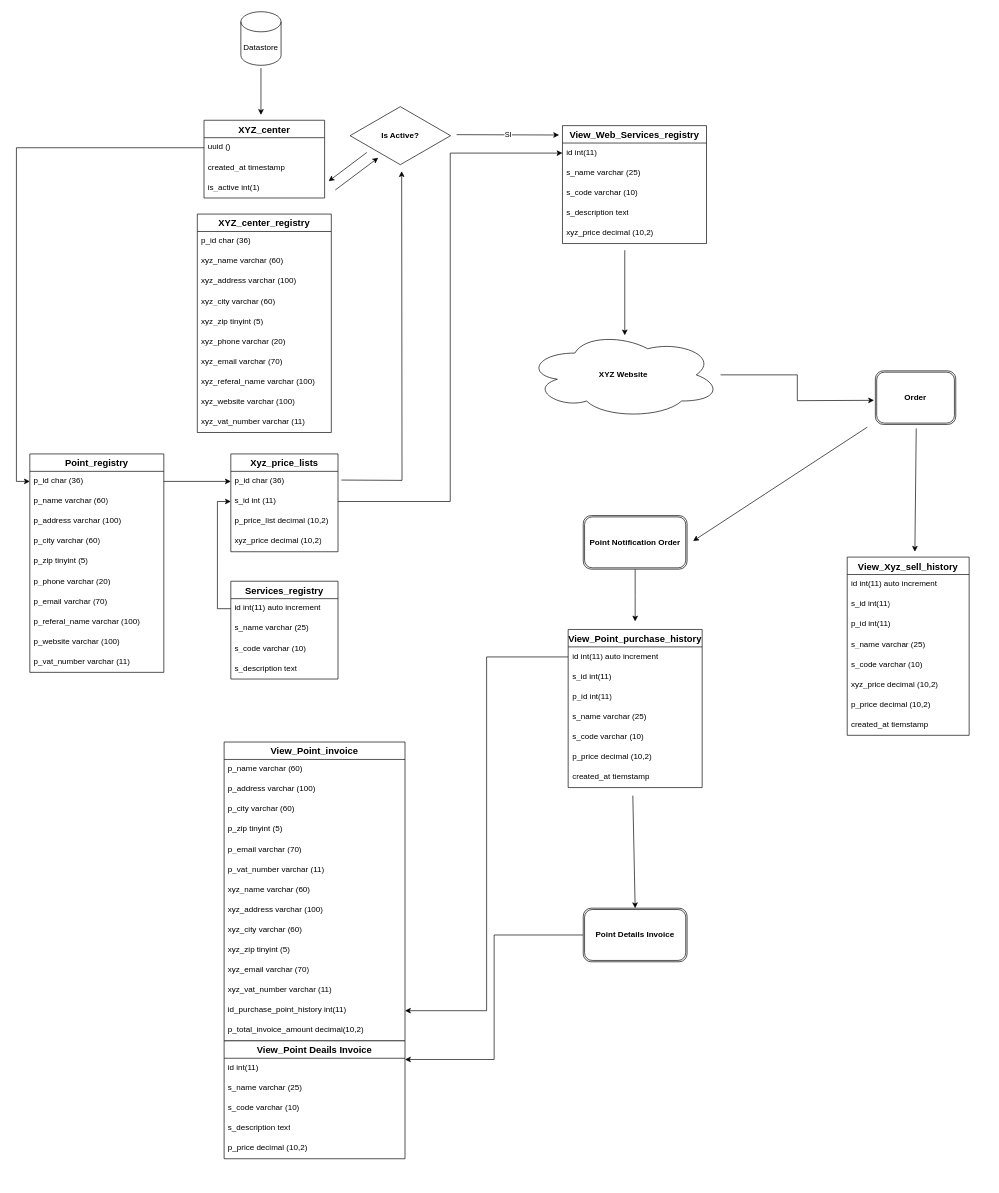
This is diagram.drawio from TrevorReznick/tecnasoft-challenge, a draw.io file, before an edit. Source tidied: cells renumbered, new cells numbered last; positions are measured from the earlier drawing's top-left corner, leaving out a move shared by most shapes. Both pictures are drawn from the tidied source at 67%, with x=0, y=0 at pixel (29, 11).
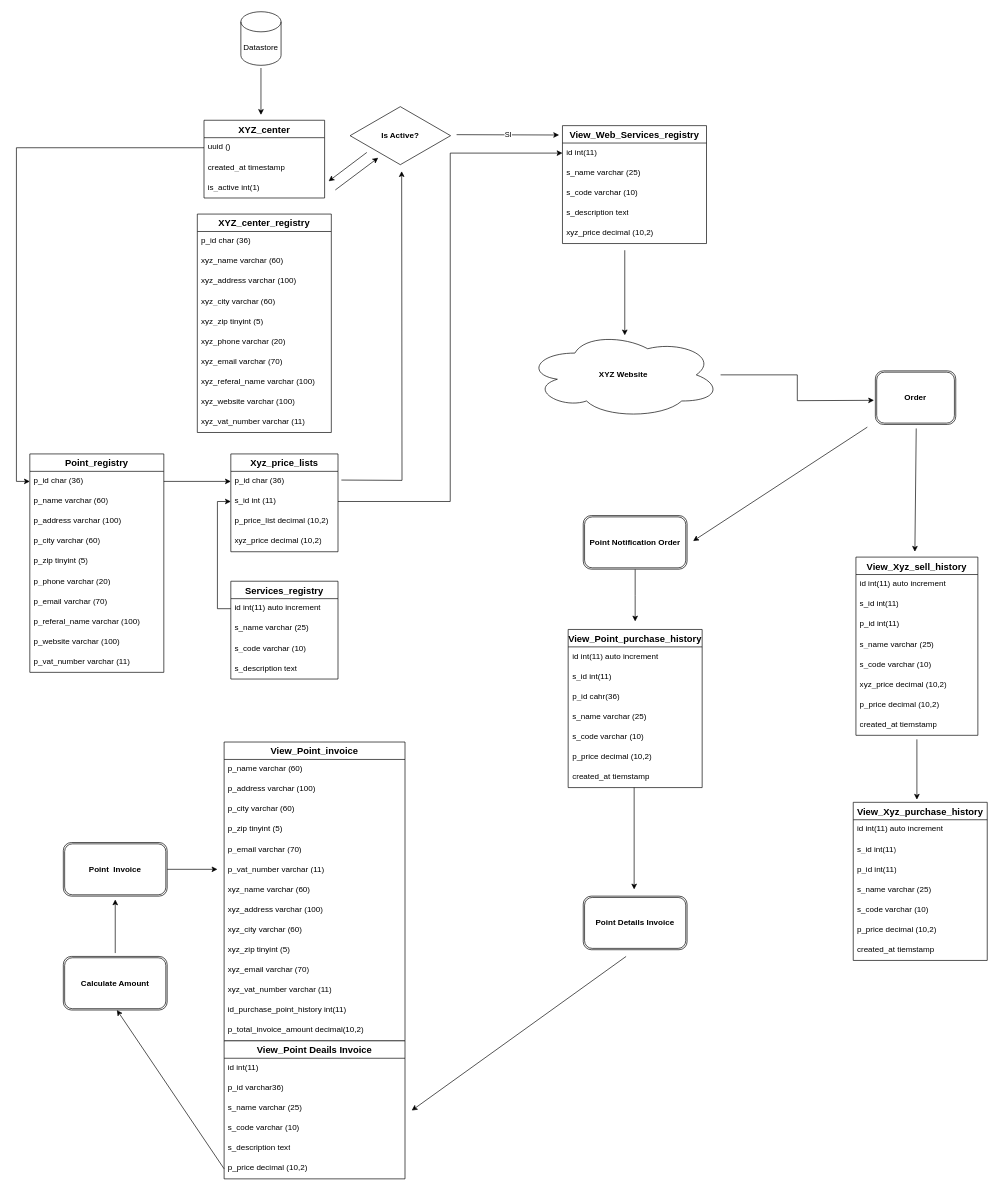
Above is the later version.

Unchanged cells that the change refers to:
```xml
<mxCell id="83" value="id_purchase_point_history int(11)" style="text;strokeColor=none;fillColor=none;spacingLeft=4;spacingRight=4;overflow=hidden;points=[[0,0.5],[1,0.5]];portConstraint=eastwest;fontSize=12;whiteSpace=wrap;html=1;" parent="70" vertex="1">
  <mxGeometry y="386" width="270" height="30" as="geometry" />
</mxCell>
<mxCell id="85" value="View_Point_purchase_history" style="swimlane;fontStyle=1;horizontal=1;startSize=26;align=center;fontSize=14;" parent="1" vertex="1">
  <mxGeometry x="803.5" y="922" width="200" height="236" as="geometry" />
</mxCell>
<mxCell id="86" value="id int(11) auto increment" style="text;strokeColor=none;fillColor=none;spacingLeft=4;spacingRight=4;overflow=hidden;points=[[0,0.5],[1,0.5]];portConstraint=eastwest;fontSize=12;whiteSpace=wrap;html=1;" parent="85" vertex="1">
  <mxGeometry y="26" width="200" height="30" as="geometry" />
</mxCell>
```

What changed in the source:
```diff
@@
+    <mxCell id="106" style="edgeStyle=none;html=1;" parent="1" edge="1">
+      <mxGeometry relative="1" as="geometry">
+        <mxPoint x="1324" y="1086" as="sourcePoint" />
+        <mxPoint x="1324" y="1176" as="targetPoint" />
+      </mxGeometry>
+    </mxCell>
     <mxCell id="61" value="View_Xyz_sell_history" style="swimlane;fontStyle=1;horizontal=1;startSize=26;align=center;fontSize=14;" parent="1" vertex="1">
-      <mxGeometry x="1220" y="814" width="182" height="266" as="geometry" />
+      <mxGeometry x="1233" y="814" width="182" height="266" as="geometry" />
     </mxCell>
@@
+    <mxCell id="107" style="edgeStyle=none;html=1;" parent="1" edge="1">
+      <mxGeometry relative="1" as="geometry">
+        <mxPoint x="902" y="1158" as="sourcePoint" />
+        <mxPoint x="902" y="1310" as="targetPoint" />
+      </mxGeometry>
+    </mxCell>
@@
-    <mxCell id="88" value="p_id int(11)" style="text;strokeColor=none;fillColor=none;spacingLeft=4;spacingRight=4;overflow=hidden;fontSize=12;whiteSpace=wrap;html=1;" parent="85" vertex="1">
+    <mxCell id="88" value="p_id cahr(36)" style="text;strokeColor=none;fillColor=none;spacingLeft=4;spacingRight=4;overflow=hidden;fontSize=12;whiteSpace=wrap;html=1;" parent="85" vertex="1">
       <mxGeometry y="86" width="200" height="30" as="geometry" />
     </mxCell>
@@
-    <mxCell id="96" style="edgeStyle=orthogonalEdgeStyle;rounded=0;jettySize=auto;html=1;entryX=1;entryY=0.5;entryDx=0;entryDy=0;" parent="1" edge="1" source="86" target="83">
-      <mxGeometry relative="1" as="geometry" />
-    </mxCell>
-    <mxCell id="97" style="endArrow=classic;html=1;rounded=0;entryX=0.5;entryY=0;entryDx=0;entryDy=0;" parent="1" edge="1" target="99">
-      <mxGeometry relative="1" as="geometry">
-        <mxPoint x="900" y="1170" as="sourcePoint" />
-      </mxGeometry>
-    </mxCell>
-    <mxCell id="98" style="edgeStyle=orthogonalEdgeStyle;rounded=0;jettySize=auto;html=1;entryX=1;entryY=0.158;entryDx=0;entryDy=0;entryPerimeter=0;" parent="1" edge="1" source="99" target="100">
-      <mxGeometry relative="1" as="geometry" />
-    </mxCell>
+    <mxCell id="108" style="edgeStyle=none;html=1;" parent="1" edge="1">
+      <mxGeometry relative="1" as="geometry">
+        <mxPoint x="890" y="1410" as="sourcePoint" />
+        <mxPoint x="570" y="1640" as="targetPoint" />
+      </mxGeometry>
+    </mxCell>
     <mxCell id="99" value="&lt;b&gt;Point Details Invoice&lt;/b&gt;" style="shape=ext;double=1;rounded=1;whiteSpace=wrap;html=1;" parent="1" vertex="1">
-      <mxGeometry x="826" y="1338" width="155" height="80" as="geometry" />
+      <mxGeometry x="826" y="1320" width="155" height="80" as="geometry" />
     </mxCell>
     <mxCell id="100" value="View_Point Deails Invoice" style="swimlane;fontStyle=1;horizontal=1;startSize=26;align=center;fontSize=14;" parent="1" vertex="1">
-      <mxGeometry x="290" y="1536" width="270" height="176" as="geometry" />
+      <mxGeometry x="290" y="1536" width="270" height="206" as="geometry" />
     </mxCell>
@@
+    <mxCell id="109" value="p_id varchar36)" style="text;strokeColor=none;fillColor=none;spacingLeft=4;spacingRight=4;overflow=hidden;fontSize=12;whiteSpace=wrap;html=1;" parent="100" vertex="1">
+      <mxGeometry y="56" width="270" height="30" as="geometry" />
+    </mxCell>
     <mxCell id="102" value="s_name varchar (25)" style="text;strokeColor=none;fillColor=none;spacingLeft=4;spacingRight=4;overflow=hidden;fontSize=12;whiteSpace=wrap;html=1;" parent="100" vertex="1">
-      <mxGeometry y="56" width="270" height="30" as="geometry" />
+      <mxGeometry y="86" width="270" height="30" as="geometry" />
     </mxCell>
     <mxCell id="103" value="s_code varchar (10)" style="text;strokeColor=none;fillColor=none;spacingLeft=4;spacingRight=4;overflow=hidden;fontSize=12;whiteSpace=wrap;html=1;" parent="100" vertex="1">
-      <mxGeometry y="86" width="270" height="30" as="geometry" />
+      <mxGeometry y="116" width="270" height="30" as="geometry" />
     </mxCell>
     <mxCell id="104" value="s_description text" style="text;strokeColor=none;fillColor=none;spacingLeft=4;spacingRight=4;overflow=hidden;fontSize=12;whiteSpace=wrap;html=1;" parent="100" vertex="1">
-      <mxGeometry y="116" width="270" height="30" as="geometry" />
+      <mxGeometry y="146" width="270" height="30" as="geometry" />
     </mxCell>
     <mxCell id="105" value="p_price decimal (10,2)" style="text;strokeColor=none;fillColor=none;spacingLeft=4;spacingRight=4;overflow=hidden;points=[[0,0.5],[1,0.5]];portConstraint=eastwest;fontSize=12;whiteSpace=wrap;html=1;" parent="100" vertex="1">
-      <mxGeometry y="146" width="270" height="30" as="geometry" />
+      <mxGeometry y="176" width="270" height="30" as="geometry" />
     </mxCell>
+    <mxCell id="110" value="View_Xyz_purchase_history" style="swimlane;fontStyle=1;horizontal=1;startSize=26;align=center;fontSize=14;" parent="1" vertex="1">
+      <mxGeometry x="1229" y="1180" width="200" height="236" as="geometry" />
+    </mxCell>
+    <mxCell id="111" value="id int(11) auto increment" style="text;strokeColor=none;fillColor=none;spacingLeft=4;spacingRight=4;overflow=hidden;fontSize=12;whiteSpace=wrap;html=1;" parent="110" vertex="1">
+      <mxGeometry y="26" width="200" height="30" as="geometry" />
+    </mxCell>
+    <mxCell id="112" value="s_id int(11)" style="text;strokeColor=none;fillColor=none;spacingLeft=4;spacingRight=4;overflow=hidden;fontSize=12;whiteSpace=wrap;html=1;" parent="110" vertex="1">
+      <mxGeometry y="56" width="200" height="30" as="geometry" />
+    </mxCell>
+    <mxCell id="113" value="p_id int(11)" style="text;strokeColor=none;fillColor=none;spacingLeft=4;spacingRight=4;overflow=hidden;fontSize=12;whiteSpace=wrap;html=1;" parent="110" vertex="1">
+      <mxGeometry y="86" width="200" height="30" as="geometry" />
+    </mxCell>
+    <mxCell id="114" value="s_name varchar (25)" style="text;strokeColor=none;fillColor=none;spacingLeft=4;spacingRight=4;overflow=hidden;fontSize=12;whiteSpace=wrap;html=1;" parent="110" vertex="1">
+      <mxGeometry y="116" width="200" height="30" as="geometry" />
+    </mxCell>
+    <mxCell id="115" value="s_code varchar (10)" style="text;strokeColor=none;fillColor=none;spacingLeft=4;spacingRight=4;overflow=hidden;fontSize=12;whiteSpace=wrap;html=1;" parent="110" vertex="1">
+      <mxGeometry y="146" width="200" height="30" as="geometry" />
+    </mxCell>
+    <mxCell id="116" value="p_price decimal (10,2)" style="text;strokeColor=none;fillColor=none;spacingLeft=4;spacingRight=4;overflow=hidden;fontSize=12;whiteSpace=wrap;html=1;" parent="110" vertex="1">
+      <mxGeometry y="176" width="200" height="30" as="geometry" />
+    </mxCell>
+    <mxCell id="117" value="created_at tiemstamp" style="text;strokeColor=none;fillColor=none;spacingLeft=4;spacingRight=4;overflow=hidden;fontSize=12;whiteSpace=wrap;html=1;" parent="110" vertex="1">
+      <mxGeometry y="206" width="200" height="30" as="geometry" />
+    </mxCell>
+    <mxCell id="118" style="edgeStyle=none;html=1;" parent="1" edge="1" source="119">
+      <mxGeometry relative="1" as="geometry">
+        <mxPoint x="280" y="1280" as="targetPoint" />
+      </mxGeometry>
+    </mxCell>
+    <mxCell id="119" value="&lt;b&gt;Point&amp;nbsp; Invoice&lt;/b&gt;" style="shape=ext;double=1;rounded=1;whiteSpace=wrap;html=1;" parent="1" vertex="1">
+      <mxGeometry x="50" y="1240" width="155" height="80" as="geometry" />
+    </mxCell>
+    <mxCell id="120" style="edgeStyle=none;html=1;" parent="1" edge="1">
+      <mxGeometry relative="1" as="geometry">
+        <mxPoint x="127.5" y="1405" as="sourcePoint" />
+        <mxPoint x="127.5" y="1325" as="targetPoint" />
+      </mxGeometry>
+    </mxCell>
+    <mxCell id="121" value="&lt;b&gt;Calculate Amount&lt;/b&gt;" style="shape=ext;double=1;rounded=1;whiteSpace=wrap;html=1;" parent="1" vertex="1">
+      <mxGeometry x="50" y="1410" width="155" height="80" as="geometry" />
+    </mxCell>
+    <mxCell id="122" style="edgeStyle=none;html=1;exitX=0;exitY=0.5;exitDx=0;exitDy=0;" parent="1" edge="1" source="105">
+      <mxGeometry relative="1" as="geometry">
+        <mxPoint x="130" y="1490" as="targetPoint" />
+      </mxGeometry>
+    </mxCell>
```
